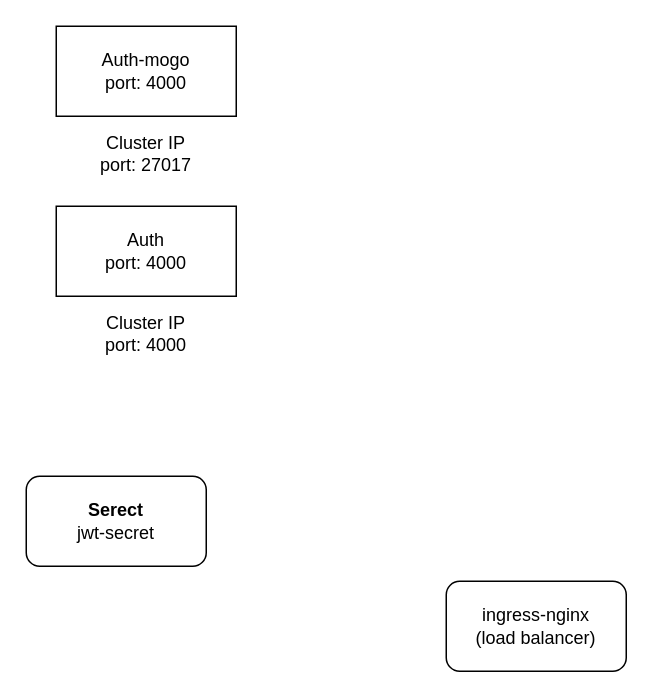
kavishkamk/ticker-hub keeps this draw.io diagram as diagrams/microservice_architecture.drawio. Above is the earlier version. Source tidied: cells renumbered, new cells numbered last; positions are measured from the earlier drawing's top-left corner, leaving out a move shared by most shapes. Both pictures are drawn from the tidied source at 150%, with x=0, y=0 at pixel (26, 26).
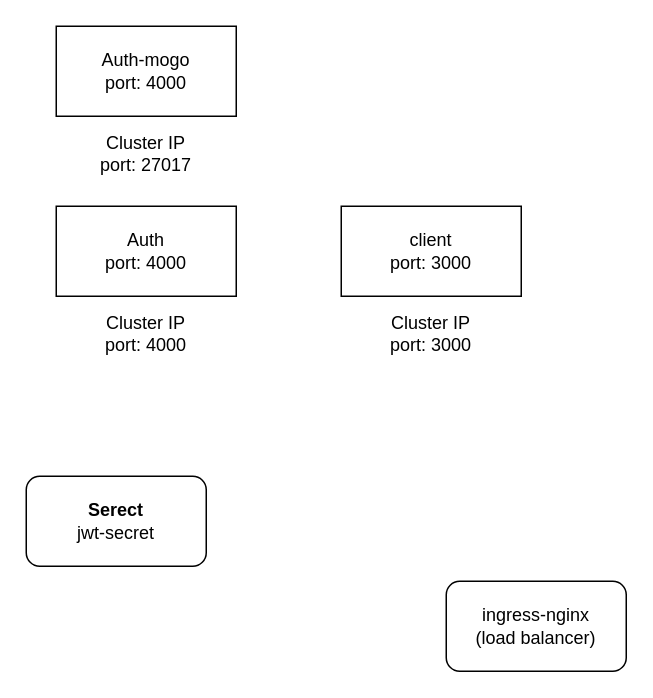
The same diagram, later.

What changed in the source:
```diff
@@
 <mxGraphModel>
   <root>
     <mxCell id="0" />
     <mxCell id="1" parent="0" />
     <mxCell id="2" value="Auth&lt;br&gt;port: 4000" style="rounded=0;whiteSpace=wrap;html=1;" parent="1" vertex="1">
       <mxGeometry x="20" y="120" width="120" height="60" as="geometry" />
     </mxCell>
     <mxCell id="3" value="Cluster IP&lt;br&gt;port: 4000" style="text;html=1;strokeColor=none;fillColor=none;align=center;verticalAlign=middle;whiteSpace=wrap;rounded=0;" parent="1" vertex="1">
       <mxGeometry x="20" y="180" width="120" height="50" as="geometry" />
     </mxCell>
     <mxCell id="4" value="ingress-nginx&lt;br&gt;(load balancer)" style="rounded=1;whiteSpace=wrap;html=1;" parent="1" vertex="1">
       <mxGeometry x="280" y="370" width="120" height="60" as="geometry" />
     </mxCell>
     <mxCell id="5" value="Auth-mogo&lt;br&gt;port: 4000" style="rounded=0;whiteSpace=wrap;html=1;" parent="1" vertex="1">
       <mxGeometry x="20" width="120" height="60" as="geometry" />
     </mxCell>
     <mxCell id="6" value="Cluster IP&lt;br&gt;port: 27017" style="text;html=1;strokeColor=none;fillColor=none;align=center;verticalAlign=middle;whiteSpace=wrap;rounded=0;" parent="1" vertex="1">
       <mxGeometry x="20" y="60" width="120" height="50" as="geometry" />
     </mxCell>
     <mxCell id="7" value="&lt;b&gt;Serect&lt;/b&gt;&lt;br&gt;jwt-secret" style="rounded=1;whiteSpace=wrap;html=1;" parent="1" vertex="1">
       <mxGeometry y="300" width="120" height="60" as="geometry" />
     </mxCell>
+    <mxCell id="8" value="client&lt;br&gt;port: 3000" style="rounded=0;whiteSpace=wrap;html=1;" parent="1" vertex="1">
+      <mxGeometry x="210" y="120" width="120" height="60" as="geometry" />
+    </mxCell>
+    <mxCell id="9" value="Cluster IP&lt;br&gt;port: 3000" style="text;html=1;strokeColor=none;fillColor=none;align=center;verticalAlign=middle;whiteSpace=wrap;rounded=0;" parent="1" vertex="1">
+      <mxGeometry x="210" y="180" width="120" height="50" as="geometry" />
+    </mxCell>
   </root>
 </mxGraphModel>
```
